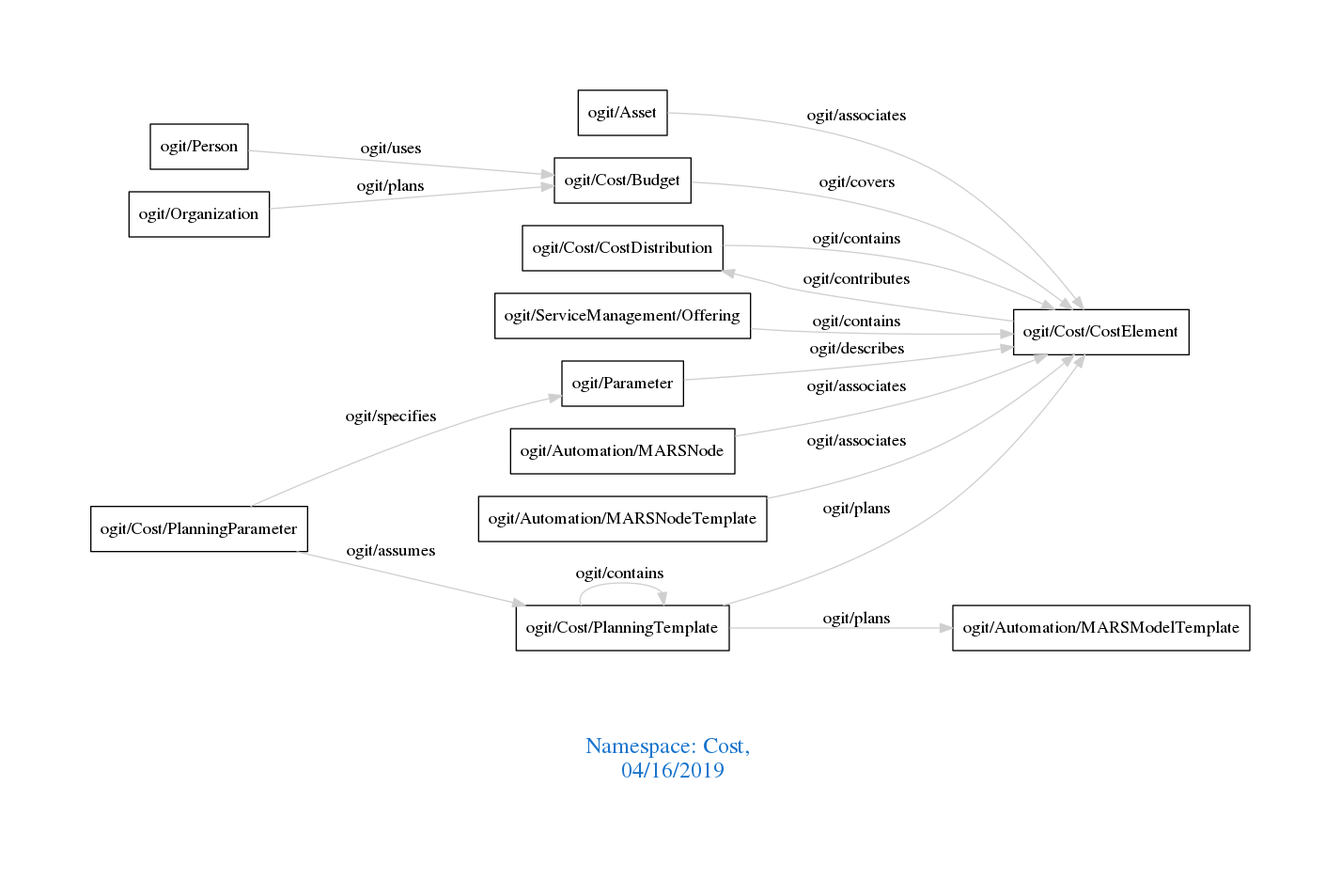
The Graphviz diagram downloads/Cost.png in arago/OGIT, before a commit. Its source is kept beside it as downloads/Cost.dot.
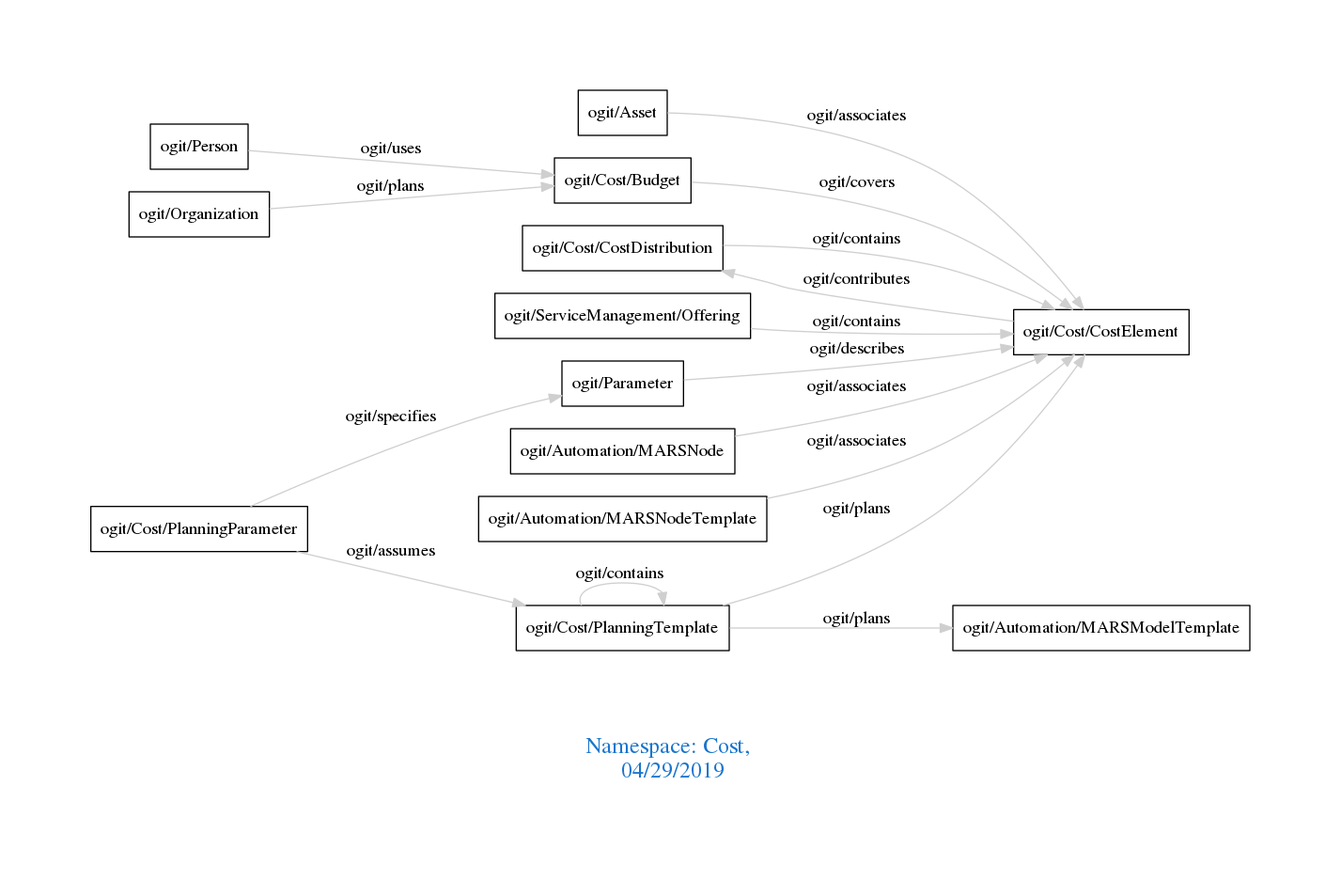
The same file after the commit.

The edit, as a diff of the source:
```diff
@@ -1,7 +1,7 @@
 digraph OGIT_ontology {
  graph [ rankdir= LR,pad=1
 fontsize = 18,
-fontcolor= dodgerblue3,label = "\n\n\nNamespace: Cost, \n 04/16/2019"];
+fontcolor= dodgerblue3,label = "\n\n\nNamespace: Cost, \n 04/29/2019"];
 node[shape=polygon];
 edge [  color="gray81"];
 
```
